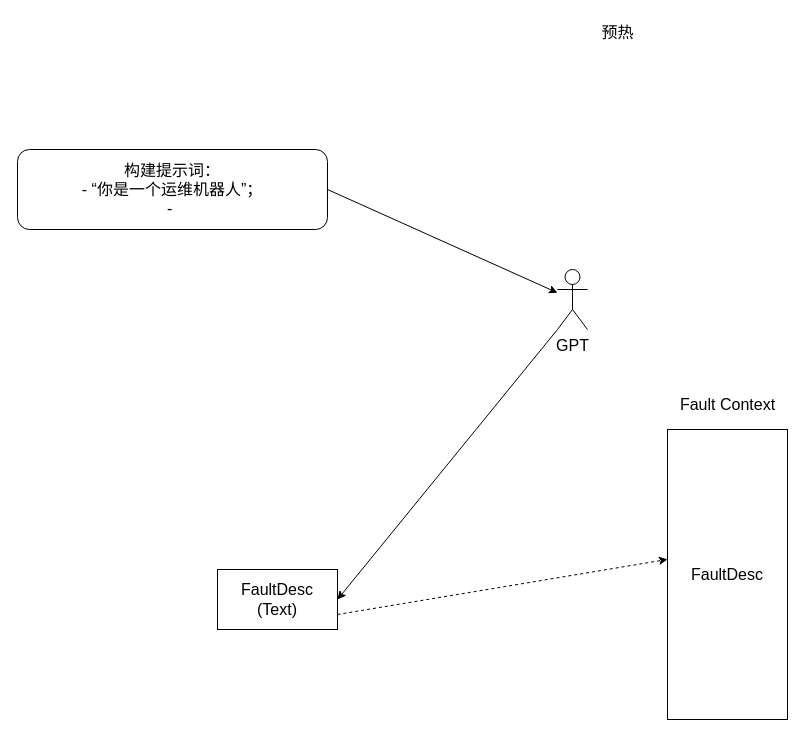
StLeoX/chatops keeps this draw.io diagram as page "D0" (3 of 7) of docs/chatops.drawio. Above is the earlier version. Source tidied: cells renumbered, new cells numbered last; positions are measured from the earlier drawing's top-left corner, leaving out a move shared by most shapes. Both pictures are drawn from the tidied source at 100%, with x=0, y=0 at pixel (17, 17).
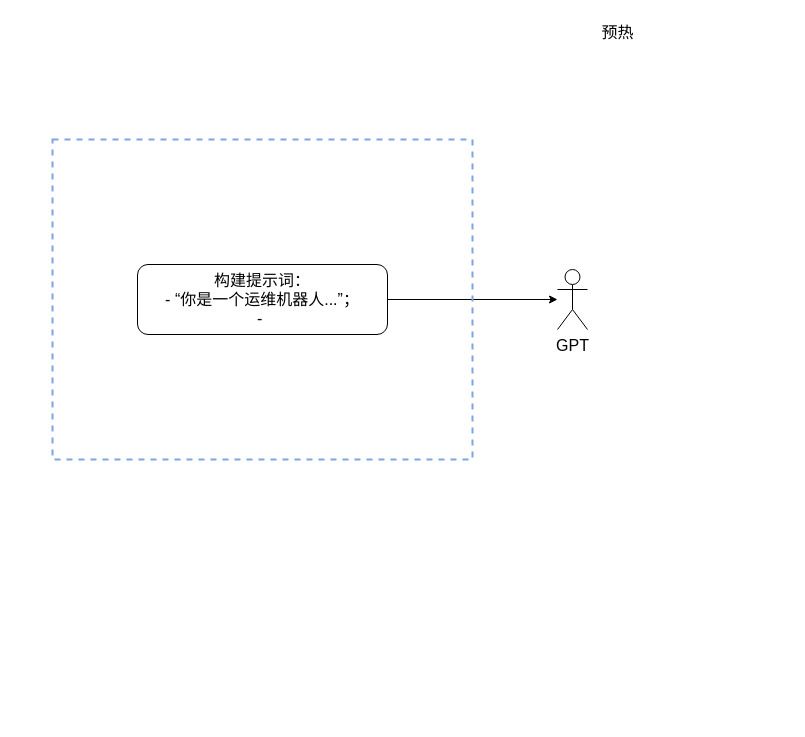
After the change.

Diff of the diagram source:
```diff
@@
 <mxGraphModel>
   <root>
     <mxCell id="0" />
     <mxCell id="1" parent="0" />
-    <mxCell id="2" style="rounded=0;jettySize=auto;html=1;exitX=1;exitY=0.75;exitDx=0;exitDy=0;entryX=0;entryY=0.448;entryDx=0;entryDy=0;dashed=1;entryPerimeter=0;fontSize=16;" parent="1" edge="1" source="3" target="8">
-      <mxGeometry relative="1" as="geometry" />
-    </mxCell>
-    <mxCell id="3" value="FaultDesc&lt;br style=&quot;font-size: 16px;&quot;&gt;(Text)" style="rounded=0;whiteSpace=wrap;html=1;fontSize=16;" parent="1" vertex="1">
-      <mxGeometry x="200" y="552" width="120" height="60" as="geometry" />
-    </mxCell>
-    <mxCell id="4" style="rounded=0;jettySize=auto;html=1;exitX=0;exitY=1;exitDx=0;exitDy=0;exitPerimeter=0;entryX=1;entryY=0.5;entryDx=0;entryDy=0;fontSize=16;" parent="1" edge="1" source="5" target="3">
-      <mxGeometry relative="1" as="geometry" />
-    </mxCell>
     <mxCell id="5" value="GPT" style="shape=umlActor;verticalLabelPosition=bottom;verticalAlign=top;html=1;outlineConnect=0;fontSize=16;" parent="1" vertex="1">
       <mxGeometry x="540" y="252" width="30" height="60" as="geometry" />
     </mxCell>
     <mxCell id="6" style="rounded=0;jettySize=auto;html=1;fontSize=16;exitX=1;exitY=0.5;exitDx=0;exitDy=0;" parent="1" edge="1" source="9" target="5">
       <mxGeometry relative="1" as="geometry" />
     </mxCell>
-    <mxCell id="7" value="&lt;font style=&quot;font-size: 16px;&quot;&gt;Fault Context&lt;/font&gt;" style="text;html=1;align=center;verticalAlign=middle;strokeColor=none;fillColor=none;fontSize=16;fontColor=#000000;" parent="1" vertex="1">
-      <mxGeometry x="650" y="372" width="120" height="30" as="geometry" />
-    </mxCell>
-    <mxCell id="8" value="FaultDesc" style="rounded=0;whiteSpace=wrap;html=1;fontSize=16;" parent="1" vertex="1">
-      <mxGeometry x="650" y="412" width="120" height="290" as="geometry" />
-    </mxCell>
-    <mxCell id="9" value="构建提示词：&lt;br&gt;- “你是一个运维机器人”；&lt;br&gt;-&amp;nbsp;" style="rounded=1;whiteSpace=wrap;html=1;strokeColor=default;align=center;verticalAlign=middle;fontFamily=Helvetica;fontSize=16;fontColor=default;fillColor=default;" parent="1" vertex="1">
-      <mxGeometry y="132" width="310" height="80" as="geometry" />
+    <mxCell id="9" value="构建提示词：&lt;br&gt;- “你是一个运维机器人...”；&lt;br&gt;-&amp;nbsp;" style="rounded=1;whiteSpace=wrap;html=1;strokeColor=default;align=center;verticalAlign=middle;fontFamily=Helvetica;fontSize=16;fontColor=default;fillColor=default;" parent="1" vertex="1">
+      <mxGeometry x="120" y="247" width="250" height="70" as="geometry" />
     </mxCell>
+    <mxCell id="11" style="rounded=0;whiteSpace=wrap;html=1;fillColor=none;dashed=1;strokeColor=#7EA6E0;strokeWidth=2;" parent="1" vertex="1">
+      <mxGeometry x="35" y="122" width="420" height="320" as="geometry" />
+    </mxCell>
     <mxCell id="10" value="预热" style="text;html=1;align=center;verticalAlign=middle;strokeColor=none;fillColor=none;fontSize=16;fontFamily=Helvetica;fontColor=default;" parent="1" vertex="1">
       <mxGeometry x="570" width="60" height="30" as="geometry" />
     </mxCell>
   </root>
 </mxGraphModel>
```
